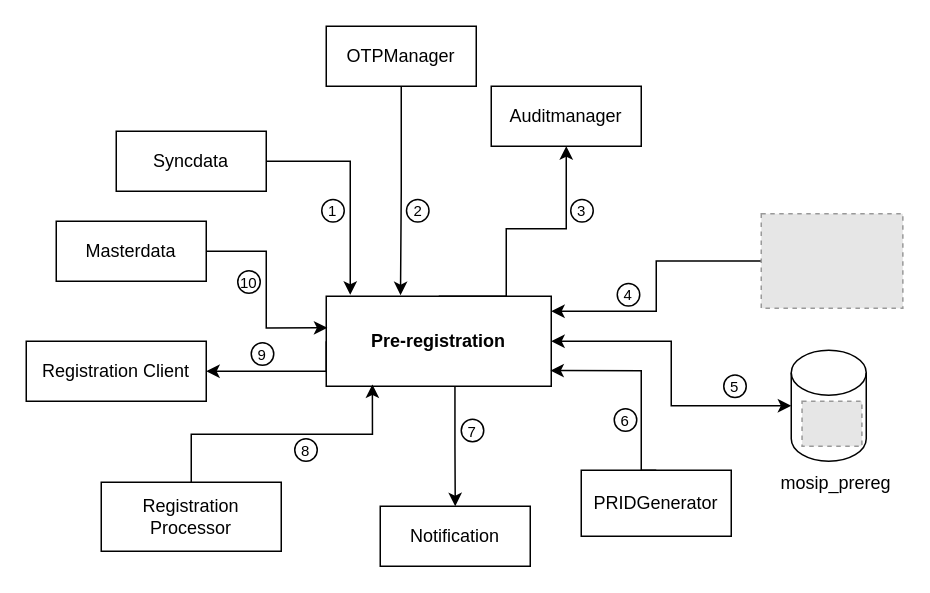
Earlier version of the draw.io diagram docs/_images/pre-reg-entity.drawio (mosip/documentation). Source tidied: cells renumbered, new cells numbered last; positions are measured from the earlier drawing's top-left corner, leaving out a move shared by most shapes. Both pictures are drawn from the tidied source at 150%, with x=0, y=0 at pixel (26, 26). Pictures stored in the file or linked from it are replaced by grey dashed boxes.
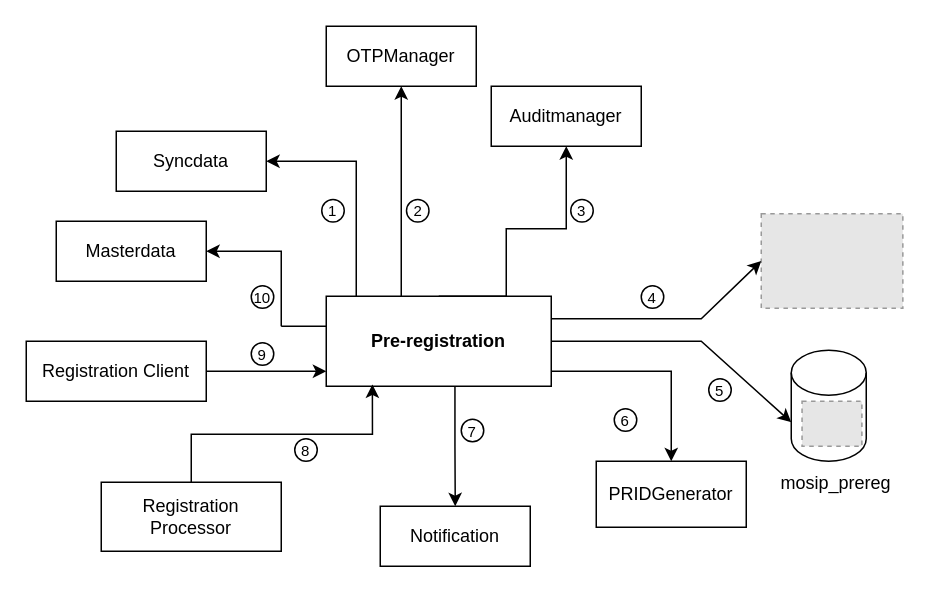
The same diagram, later.

The change refers to these unchanged cells:
```xml
<mxCell id="6" value="&lt;b&gt;Pre-registration&lt;/b&gt;" style="rounded=0;whiteSpace=wrap;html=1;" parent="1" vertex="1">
  <mxGeometry x="200" y="180" width="150" height="60" as="geometry" />
</mxCell>
<mxCell id="8" value="OTPManager" style="rounded=0;whiteSpace=wrap;html=1;" parent="1" vertex="1">
  <mxGeometry x="200" width="100" height="40" as="geometry" />
</mxCell>
<mxCell id="10" value="Syncdata" style="rounded=0;whiteSpace=wrap;html=1;" parent="1" vertex="1">
  <mxGeometry x="60" y="70" width="100" height="40" as="geometry" />
</mxCell>
<mxCell id="13" value="Masterdata" style="rounded=0;whiteSpace=wrap;html=1;" parent="1" vertex="1">
  <mxGeometry x="20" y="130" width="100" height="40" as="geometry" />
</mxCell>
<mxCell id="19" value="Registration Client" style="rounded=0;whiteSpace=wrap;html=1;" parent="1" vertex="1">
  <mxGeometry y="210" width="120" height="40" as="geometry" />
</mxCell>
<mxCell id="22" style="fillColor=#E6E6E6;strokeColor=#999999;dashed=1;verticalLabelPosition=bottom;labelBackgroundColor=default;verticalAlign=top;" parent="1" vertex="1">
  <mxGeometry x="490" y="125" width="94.4" height="63" as="geometry" />
</mxCell>
<mxCell id="24" style="shape=cylinder3;whiteSpace=wrap;html=1;boundedLbl=1;backgroundOutline=1;size=15;" parent="23" vertex="1">
  <mxGeometry width="50" height="74" as="geometry" />
</mxCell>
```

What changed in the source:
```diff
@@
-    <mxCell id="3" style="edgeStyle=orthogonalEdgeStyle;rounded=0;jettySize=auto;html=1;exitX=1;exitY=0.5;exitDx=0;exitDy=0;entryX=0;entryY=0.5;entryDx=0;entryDy=0;entryPerimeter=0;startArrow=classic;startFill=1;" parent="1" edge="1" source="6" target="24">
-      <mxGeometry relative="1" as="geometry" />
-    </mxCell>
-    <mxCell id="4" style="edgeStyle=orthogonalEdgeStyle;rounded=0;jettySize=auto;html=1;entryX=1;entryY=0.5;entryDx=0;entryDy=0;startArrow=none;startFill=0;exitX=0;exitY=0.5;exitDx=0;exitDy=0;" parent="1" edge="1" source="6" target="19">
-      <mxGeometry relative="1" as="geometry">
-        <Array as="points">
-          <mxPoint x="200" y="230" />
-        </Array>
-      </mxGeometry>
-    </mxCell>
@@
-    <mxCell id="7" style="edgeStyle=orthogonalEdgeStyle;rounded=0;jettySize=auto;html=1;exitX=0.5;exitY=1;exitDx=0;exitDy=0;entryX=0.33;entryY=-0.012;entryDx=0;entryDy=0;entryPerimeter=0;" parent="1" edge="1" source="8" target="6">
-      <mxGeometry relative="1" as="geometry" />
-    </mxCell>
@@
-    <mxCell id="9" style="edgeStyle=orthogonalEdgeStyle;rounded=0;jettySize=auto;html=1;startArrow=none;startFill=0;" parent="1" edge="1" source="10">
-      <mxGeometry relative="1" as="geometry">
-        <mxPoint x="216" y="179" as="targetPoint" />
-        <Array as="points">
-          <mxPoint x="216" y="90" />
-        </Array>
-      </mxGeometry>
-    </mxCell>
@@
-    <mxCell id="12" style="edgeStyle=orthogonalEdgeStyle;rounded=0;jettySize=auto;html=1;exitX=1;exitY=0.5;exitDx=0;exitDy=0;entryX=0.005;entryY=0.351;entryDx=0;entryDy=0;startArrow=none;startFill=0;entryPerimeter=0;" parent="1" edge="1" source="13" target="6">
-      <mxGeometry relative="1" as="geometry" />
-    </mxCell>
@@
-    <mxCell id="14" style="edgeStyle=orthogonalEdgeStyle;rounded=0;jettySize=auto;html=1;exitX=0.5;exitY=0;exitDx=0;exitDy=0;entryX=0.996;entryY=0.826;entryDx=0;entryDy=0;entryPerimeter=0;startArrow=none;startFill=0;" parent="1" edge="1" source="15" target="6">
-      <mxGeometry relative="1" as="geometry">
-        <Array as="points">
-          <mxPoint x="410" y="230" />
-        </Array>
-      </mxGeometry>
-    </mxCell>
     <mxCell id="15" value="PRIDGenerator" style="rounded=0;whiteSpace=wrap;html=1;" parent="1" vertex="1">
-      <mxGeometry x="370" y="296" width="100" height="44" as="geometry" />
+      <mxGeometry x="380" y="290" width="100" height="44" as="geometry" />
     </mxCell>
@@
-    <mxCell id="21" style="edgeStyle=orthogonalEdgeStyle;rounded=0;jettySize=auto;html=1;startArrow=none;startFill=0;" parent="1" edge="1" source="22" target="6">
-      <mxGeometry relative="1" as="geometry">
-        <Array as="points">
-          <mxPoint x="420" y="156" />
-          <mxPoint x="420" y="190" />
-        </Array>
-      </mxGeometry>
-    </mxCell>
@@
     <mxCell id="27" value="10" style="ellipse;whiteSpace=wrap;html=1;fontSize=10;" parent="1" vertex="1">
-      <mxGeometry x="141" y="163" width="15" height="15" as="geometry" />
+      <mxGeometry x="150" y="173" width="15" height="15" as="geometry" />
     </mxCell>
@@
     <mxCell id="31" value="4" style="ellipse;whiteSpace=wrap;html=1;fontSize=10;" parent="1" vertex="1">
-      <mxGeometry x="394" y="171.5" width="15" height="15" as="geometry" />
+      <mxGeometry x="410" y="173" width="15" height="15" as="geometry" />
     </mxCell>
     <mxCell id="32" value="5" style="ellipse;whiteSpace=wrap;html=1;fontSize=10;" parent="1" vertex="1">
-      <mxGeometry x="465" y="232.5" width="15" height="15" as="geometry" />
+      <mxGeometry x="455" y="235" width="15" height="15" as="geometry" />
     </mxCell>
@@
+    <mxCell id="36" style="endArrow=classic;html=1;rounded=0;entryX=0.5;entryY=1;entryDx=0;entryDy=0;" parent="1" edge="1" target="8">
+      <mxGeometry relative="1" as="geometry">
+        <mxPoint x="250" y="180" as="sourcePoint" />
+      </mxGeometry>
+    </mxCell>
+    <mxCell id="37" style="endArrow=classic;html=1;rounded=0;entryX=1;entryY=0.5;entryDx=0;entryDy=0;" parent="1" edge="1" target="10">
+      <mxGeometry relative="1" as="geometry">
+        <mxPoint x="220" y="180" as="sourcePoint" />
+        <Array as="points">
+          <mxPoint x="220" y="90" />
+        </Array>
+      </mxGeometry>
+    </mxCell>
+    <mxCell id="38" style="endArrow=classic;html=1;rounded=0;entryX=1;entryY=0.5;entryDx=0;entryDy=0;" parent="1" edge="1" target="13">
+      <mxGeometry relative="1" as="geometry">
+        <mxPoint x="170" y="200" as="sourcePoint" />
+        <Array as="points">
+          <mxPoint x="170" y="150" />
+        </Array>
+      </mxGeometry>
+    </mxCell>
+    <mxCell id="39" style="endArrow=none;html=1;rounded=0;" parent="1" edge="1">
+      <mxGeometry relative="1" as="geometry">
+        <mxPoint x="170" y="200" as="sourcePoint" />
+        <mxPoint x="200" y="200" as="targetPoint" />
+      </mxGeometry>
+    </mxCell>
+    <mxCell id="40" style="endArrow=classic;html=1;rounded=0;exitX=1;exitY=0.5;exitDx=0;exitDy=0;entryX=0;entryY=0.833;entryDx=0;entryDy=0;entryPerimeter=0;" parent="1" edge="1" source="19" target="6">
+      <mxGeometry relative="1" as="geometry" />
+    </mxCell>
+    <mxCell id="3" style="endArrow=classic;html=1;rounded=0;exitX=1;exitY=0.5;exitDx=0;exitDy=0;entryX=0;entryY=0;entryDx=0;entryDy=48;entryPerimeter=0;" parent="1" edge="1" source="6" target="24">
+      <mxGeometry relative="1" as="geometry">
+        <Array as="points">
+          <mxPoint x="450" y="210" />
+        </Array>
+      </mxGeometry>
+    </mxCell>
+    <mxCell id="41" style="endArrow=classic;html=1;rounded=0;entryX=0;entryY=0.5;entryDx=0;entryDy=0;exitX=1;exitY=0.25;exitDx=0;exitDy=0;" parent="1" edge="1" source="6" target="22">
+      <mxGeometry relative="1" as="geometry">
+        <Array as="points">
+          <mxPoint x="450" y="195" />
+        </Array>
+      </mxGeometry>
+    </mxCell>
+    <mxCell id="42" style="endArrow=classic;html=1;rounded=0;" parent="1" edge="1">
+      <mxGeometry relative="1" as="geometry">
+        <mxPoint x="350" y="230" as="sourcePoint" />
+        <mxPoint x="430" y="290" as="targetPoint" />
+        <Array as="points">
+          <mxPoint x="430" y="230" />
+        </Array>
+      </mxGeometry>
+    </mxCell>
```
